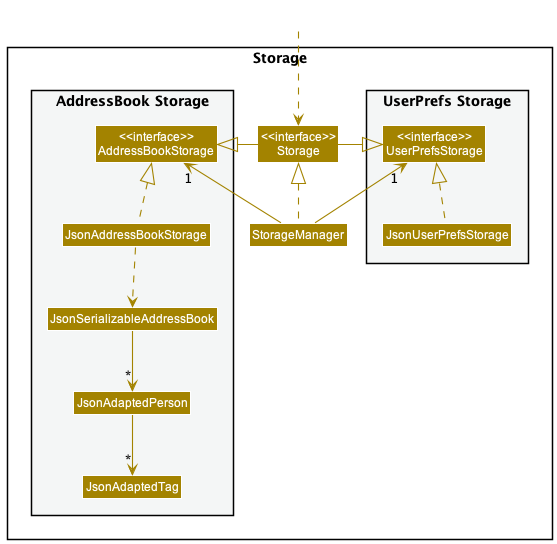
Before: docs/images/StorageClassDiagram.png, a diagram exported from PlantUML (nus-cs2103-AY2223S1/tp).
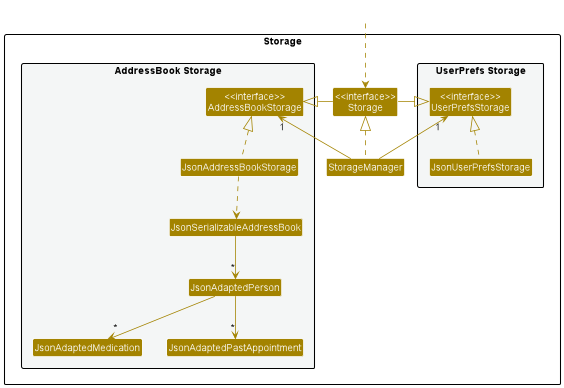
After the change.

Commit message:
Updates storage component

Updates class diagram for Storage

Diff of the diagram source:
```diff
@@ -19,7 +19,8 @@
 Class JsonAddressBookStorage
 Class JsonSerializableAddressBook
 Class JsonAdaptedPerson
-Class JsonAdaptedTag
+Class JsonAdaptedMedication
+Class JsonAdaptedPastAppointment
 }
 
 }
@@ -38,6 +39,7 @@
 JsonAddressBookStorage .up.|> AddressBookStorage
 JsonAddressBookStorage ..> JsonSerializableAddressBook
 JsonSerializableAddressBook --> "*" JsonAdaptedPerson
-JsonAdaptedPerson --> "*" JsonAdaptedTag
+JsonAdaptedPerson --> "*" JsonAdaptedPastAppointment
+JsonAdaptedPerson --> "*" JsonAdaptedMedication
 
 @enduml
```
